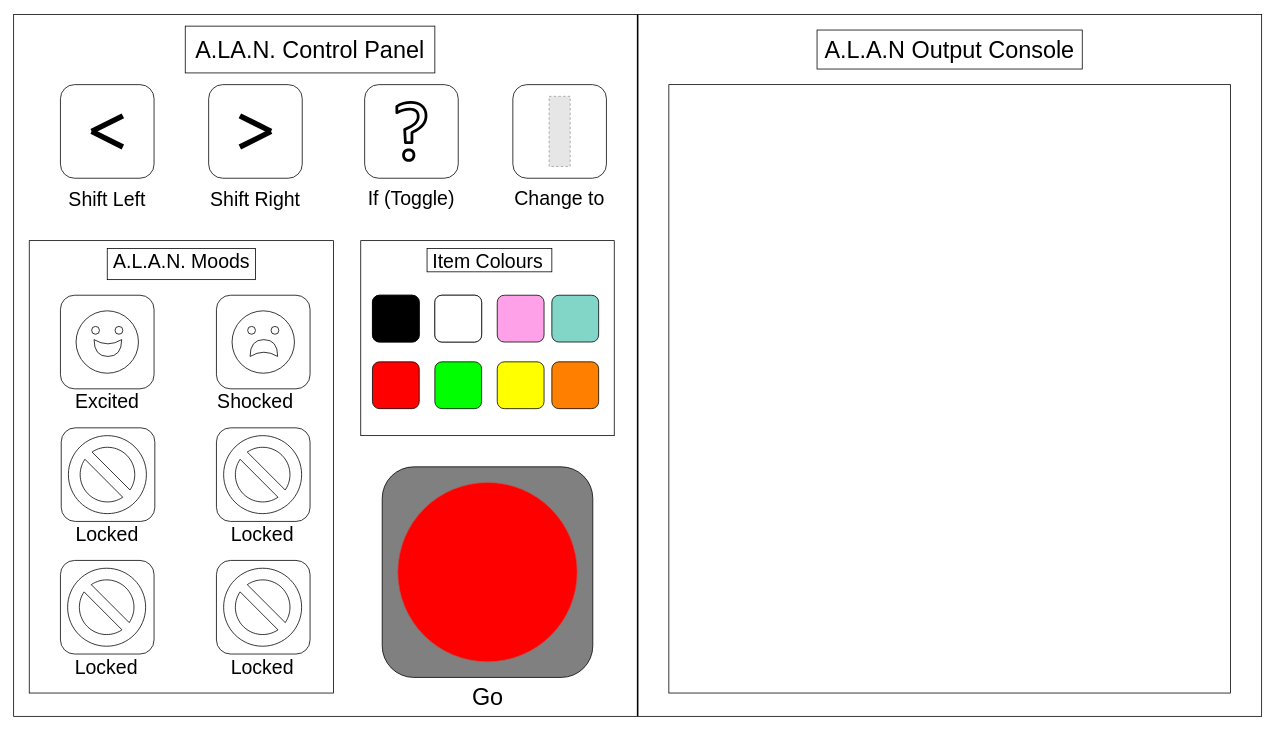
The draw.io diagram Concept Art/Alan Interface Concept.drawio in ScottSpoors/ProjectAlan, before the edit. Source tidied: cells renumbered, new cells numbered last; positions are measured from the earlier drawing's top-left corner, leaving out a move shared by most shapes. Both pictures are drawn from the tidied source at 78%, with x=0, y=0 at pixel (13, 14). Pictures stored in the file or linked from it are replaced by grey dashed boxes.
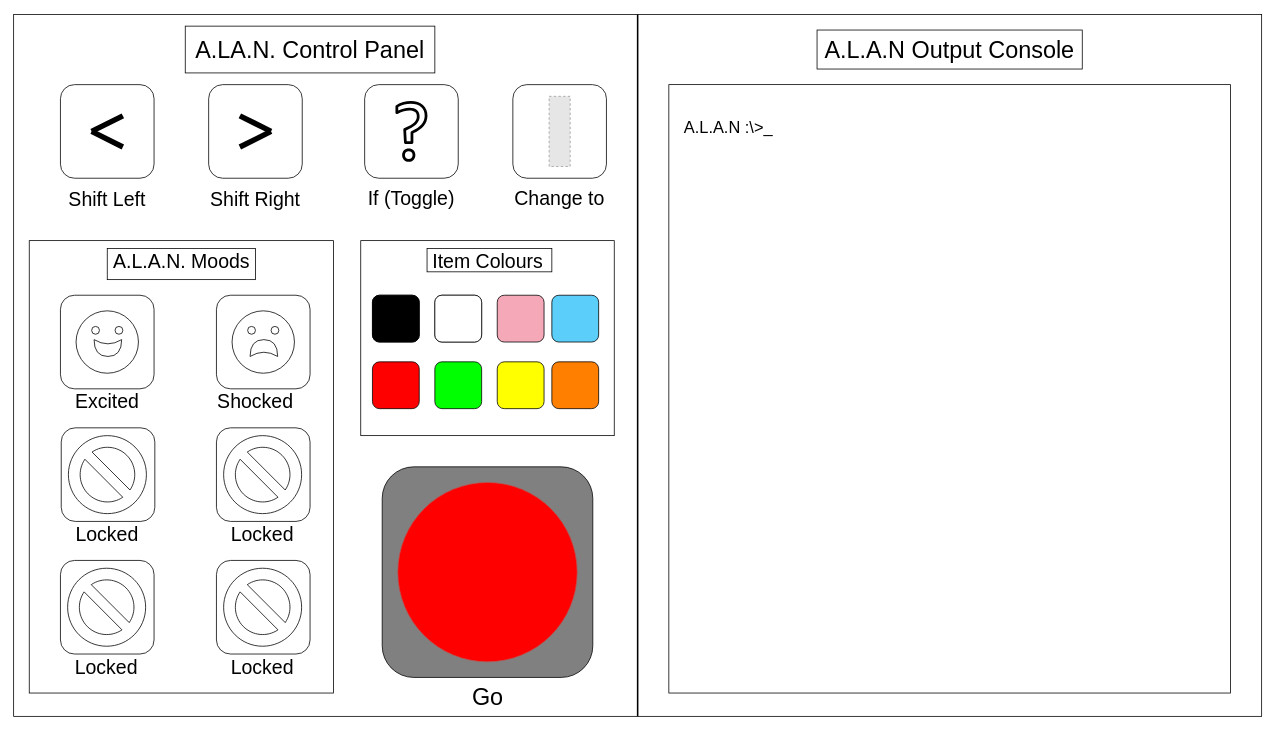
Above is the later version.

Commit message:
Updated Input Console Concept Art

Added detail to the output console

Change to the diagram source:
```diff
@@
-    <mxCell id="75" style="rounded=1;whiteSpace=wrap;html=1;fontSize=30;fillColor=#81D6C7;" parent="1" vertex="1">
+    <mxCell id="75" style="rounded=1;whiteSpace=wrap;html=1;fontSize=30;fillColor=#5BCEFA;" parent="1" vertex="1">
       <mxGeometry x="690" y="360" width="60" height="60" as="geometry" />
     </mxCell>
@@
-    <mxCell id="77" style="rounded=1;whiteSpace=wrap;html=1;fontSize=30;fillColor=#FFA1E9;" parent="1" vertex="1">
+    <mxCell id="77" style="rounded=1;whiteSpace=wrap;html=1;fontSize=30;fillColor=#F5A9B8;" parent="1" vertex="1">
       <mxGeometry x="620" y="360" width="60" height="60" as="geometry" />
     </mxCell>
@@
+    <mxCell id="84" value="&lt;font style=&quot;font-size: 21px;&quot;&gt;A.L.A.N :\&amp;gt;_&amp;nbsp;&lt;/font&gt;" style="text;html=1;strokeColor=none;fillColor=none;align=center;verticalAlign=middle;whiteSpace=wrap;rounded=0;" parent="1" vertex="1">
+      <mxGeometry x="850" y="130" width="139" height="30" as="geometry" />
+    </mxCell>
```
